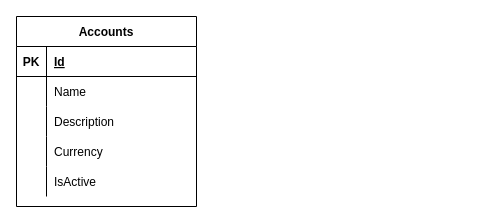
My-Financial-Hub/core-api keeps this draw.io diagram as api/docs/database/database.drawio. Above is the earlier version. Source tidied: cells renumbered, new cells numbered last; positions are measured from the earlier drawing's top-left corner, leaving out a move shared by most shapes. Both pictures are drawn from the tidied source at 100%, with x=0, y=0 at pixel (16, 16).
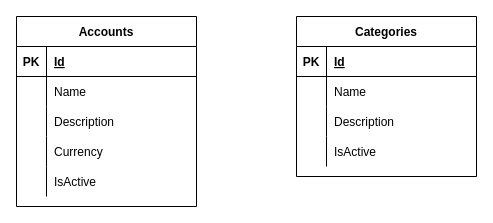
Above is the later version.

Commit message (it also covers changes not shown here):
Add : category table DDL

Diff of the diagram source:
```diff
@@
+    <mxCell id="18" value="Categories" style="shape=table;startSize=30;childLayout=tableLayout;rowLines=0;fontStyle=1;align=center;" parent="1" vertex="1">
+      <mxGeometry x="280" width="180" height="160" as="geometry" />
+    </mxCell>
+    <mxCell id="19" style="shape=partialRectangle;fillColor=none;top=0;left=0;bottom=1;right=0;" parent="18" vertex="1">
+      <mxGeometry y="30" width="180" height="30" as="geometry" />
+    </mxCell>
+    <mxCell id="20" value="PK" style="shape=partialRectangle;fillColor=none;top=0;left=0;bottom=0;right=0;fontStyle=1;overflow=hidden;" parent="19" vertex="1">
+      <mxGeometry width="30" height="30" as="geometry" />
+    </mxCell>
+    <mxCell id="21" value="Id" style="shape=partialRectangle;fillColor=none;top=0;left=0;bottom=0;right=0;align=left;spacingLeft=6;fontStyle=5;overflow=hidden;" parent="19" vertex="1">
+      <mxGeometry x="30" width="150" height="30" as="geometry" />
+    </mxCell>
+    <mxCell id="22" style="shape=partialRectangle;fillColor=none;top=0;left=0;bottom=0;right=0;" parent="18" vertex="1">
+      <mxGeometry y="60" width="180" height="30" as="geometry" />
+    </mxCell>
+    <mxCell id="23" style="shape=partialRectangle;fillColor=none;top=0;left=0;bottom=0;right=0;overflow=hidden;" parent="22" vertex="1">
+      <mxGeometry width="30" height="30" as="geometry" />
+    </mxCell>
+    <mxCell id="24" value="Name" style="shape=partialRectangle;fillColor=none;top=0;left=0;bottom=0;right=0;align=left;spacingLeft=6;overflow=hidden;" parent="22" vertex="1">
+      <mxGeometry x="30" width="150" height="30" as="geometry" />
+    </mxCell>
+    <mxCell id="25" style="shape=partialRectangle;fillColor=none;top=0;left=0;bottom=0;right=0;" parent="18" vertex="1">
+      <mxGeometry y="90" width="180" height="30" as="geometry" />
+    </mxCell>
+    <mxCell id="26" style="shape=partialRectangle;fillColor=none;top=0;left=0;bottom=0;right=0;overflow=hidden;" parent="25" vertex="1">
+      <mxGeometry width="30" height="30" as="geometry" />
+    </mxCell>
+    <mxCell id="27" value="Description" style="shape=partialRectangle;fillColor=none;top=0;left=0;bottom=0;right=0;align=left;spacingLeft=6;overflow=hidden;" parent="25" vertex="1">
+      <mxGeometry x="30" width="150" height="30" as="geometry" />
+    </mxCell>
+    <mxCell id="28" style="shape=partialRectangle;fillColor=none;top=0;left=0;bottom=0;right=0;" parent="18" vertex="1">
+      <mxGeometry y="120" width="180" height="30" as="geometry" />
+    </mxCell>
+    <mxCell id="29" style="shape=partialRectangle;fillColor=none;top=0;left=0;bottom=0;right=0;overflow=hidden;" parent="28" vertex="1">
+      <mxGeometry width="30" height="30" as="geometry" />
+    </mxCell>
+    <mxCell id="30" value="IsActive" style="shape=partialRectangle;fillColor=none;top=0;left=0;bottom=0;right=0;align=left;spacingLeft=6;overflow=hidden;" parent="28" vertex="1">
+      <mxGeometry x="30" width="150" height="30" as="geometry" />
+    </mxCell>
```
